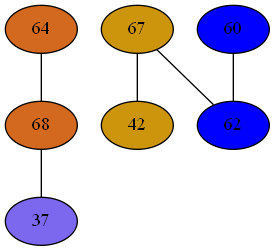
Earlier version of the Graphviz export Compiler/4phiGraph.png (mbajaj92/Project-Astoria). Its source is kept beside it as Compiler/4phiGraph.dot. Source of this version:
```dot
strict graph {
64[label="64" style=filled fillcolor="chocolate"];
64 -- 68
67[label="67" style=filled fillcolor="darkgoldenrod3"];
67 -- 42
67 -- 62
68[label="68" style=filled fillcolor="chocolate"];
68 -- 64
68 -- 37
37[label="37" style=filled fillcolor="mediumslateblue"];
37 -- 68
42[label="42" style=filled fillcolor="darkgoldenrod3"];
42 -- 67
60[label="60" style=filled fillcolor="blue1"];
60 -- 62
62[label="62" style=filled fillcolor="blue1"];
62 -- 67
62 -- 60
}
```
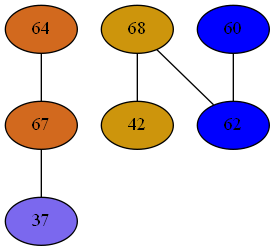
Above is the later version.

Change to the diagram source:
```diff
@@ -1,19 +1,19 @@
 strict graph {
 64[label="64" style=filled fillcolor="chocolate"];
-64 -- 68
-67[label="67" style=filled fillcolor="darkgoldenrod3"];
-67 -- 42
-67 -- 62
-68[label="68" style=filled fillcolor="chocolate"];
-68 -- 64
-68 -- 37
+64 -- 67
+67[label="67" style=filled fillcolor="chocolate"];
+67 -- 64
+67 -- 37
+68[label="68" style=filled fillcolor="darkgoldenrod3"];
+68 -- 42
+68 -- 62
 37[label="37" style=filled fillcolor="mediumslateblue"];
-37 -- 68
+37 -- 67
 42[label="42" style=filled fillcolor="darkgoldenrod3"];
-42 -- 67
+42 -- 68
 60[label="60" style=filled fillcolor="blue1"];
 60 -- 62
 62[label="62" style=filled fillcolor="blue1"];
-62 -- 67
+62 -- 68
 62 -- 60
 }
```
